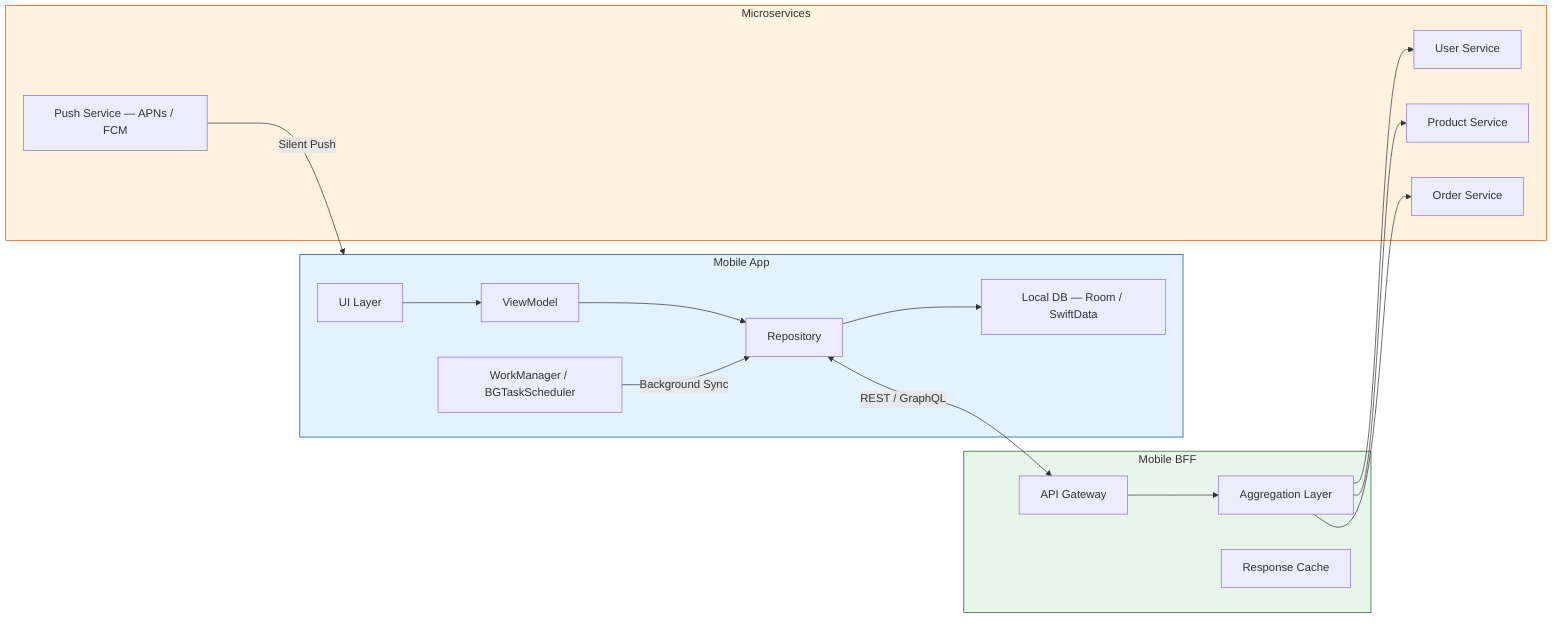
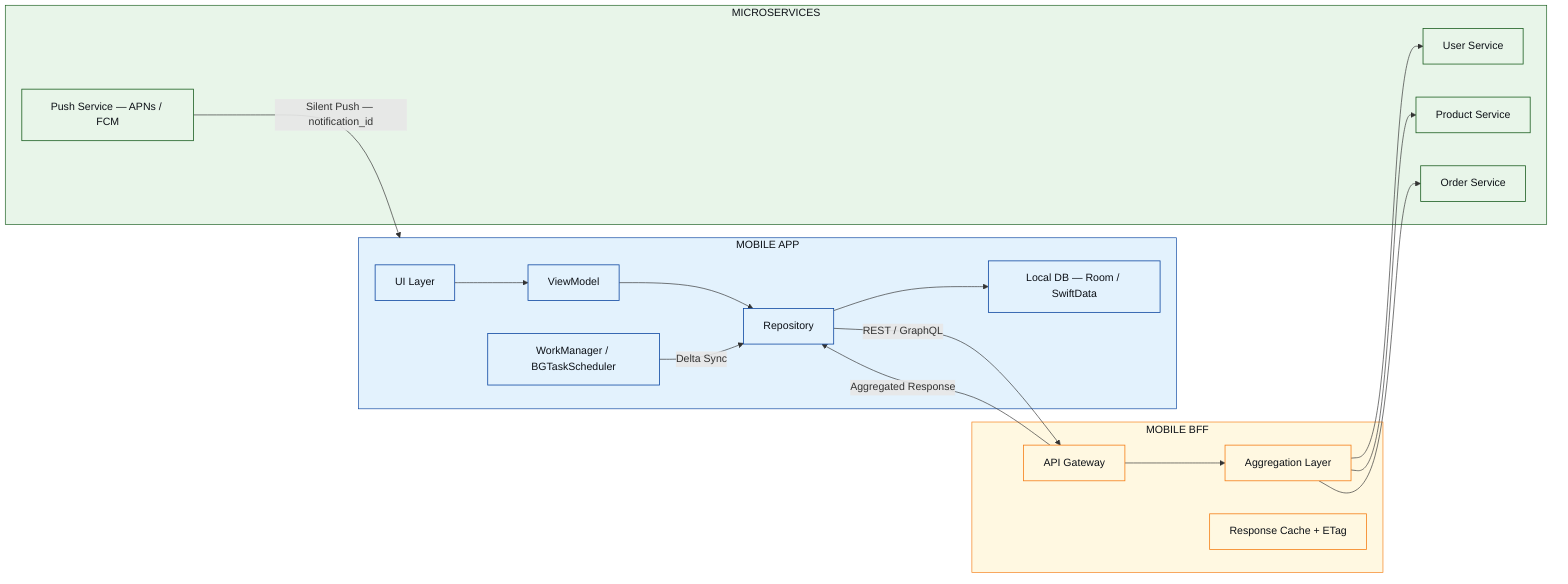
flowchart LR
-   subgraph Mobile["Mobile App"]
+   subgraph Mobile["MOBILE APP"]
    UI2[UI Layer]
    VM2[ViewModel]
    REPO[Repository]
    LDB[Local DB — Room / SwiftData]
    WM[WorkManager / BGTaskScheduler]
  end
-   subgraph BFF["Mobile BFF"]
+   subgraph BFF["MOBILE BFF"]
    GW[API Gateway]
    AGG[Aggregation Layer]
-     CACHE[Response Cache]
+     CACHE[Response Cache + ETag]
  end
-   subgraph Backend["Microservices"]
+   subgraph Backend["MICROSERVICES"]
    US[User Service]
    PS[Product Service]
    OS[Order Service]
    PUSH[Push Service — APNs / FCM]
  end
-   UI2 --> VM2 --> REPO
+ 
+   UI2 --> VM2
+   VM2 --> REPO
  REPO --> LDB
-   REPO <-->|REST / GraphQL| GW
-   GW --> AGG --> US & PS & OS
-   PUSH -->|Silent Push| Mobile
-   WM -->|Background Sync| REPO
-   style Mobile fill:#E3F2FD,stroke:#0D47A1
-   style BFF fill:#E8F5E9,stroke:#1B5E20
-   style Backend fill:#FFF3E0,stroke:#E65100
+   REPO -- "REST / GraphQL" --> GW
+   GW -- "Aggregated Response" --> REPO
+   GW --> AGG
+   AGG --> US
+   AGG --> PS
+   AGG --> OS
+   PUSH -- "Silent Push — notification_id" --> Mobile
+   WM -- "Delta Sync" --> REPO
+ 
+   classDef mobile fill:#E3F2FD,stroke:#0D47A1,color:#0D1117,stroke-width:1.2px
+   classDef bff fill:#FFF8E1,stroke:#F57F17,color:#0D1117,stroke-width:1.2px
+   classDef backend fill:#E8F5E9,stroke:#1B5E20,color:#0D1117,stroke-width:1.2px
+ 
+   class UI2,VM2,REPO,LDB,WM mobile
+   class GW,AGG,CACHE bff
+   class US,PS,OS,PUSH backend
+ 
+   style Mobile fill:#E3F2FD,stroke:#0D47A1,color:#0D1117
+   style BFF fill:#FFF8E1,stroke:#F57F17,color:#0D1117
+   style Backend fill:#E8F5E9,stroke:#1B5E20,color:#0D1117
